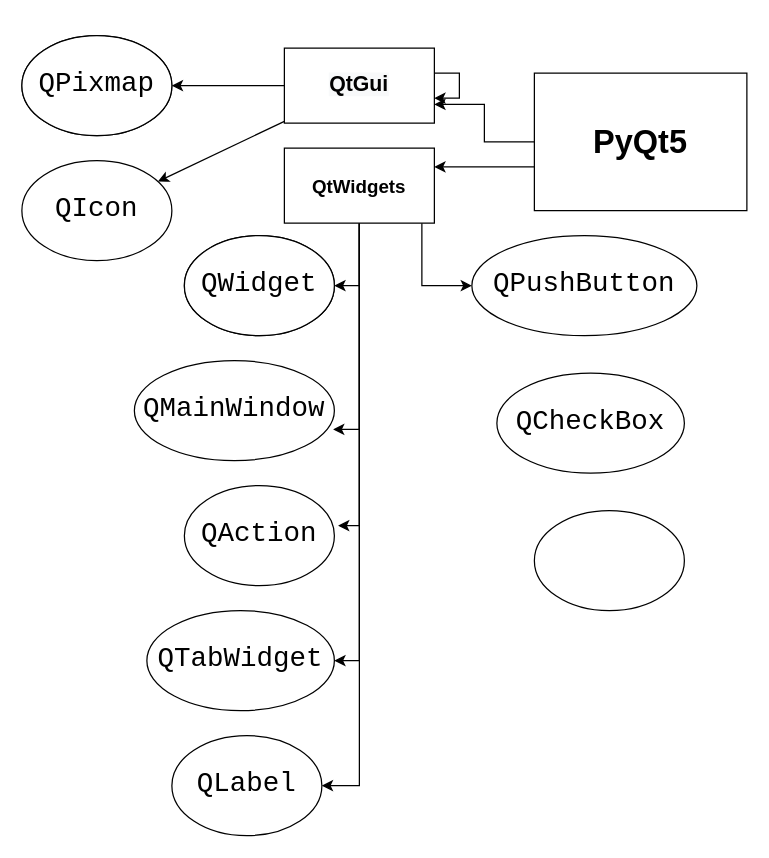
Sheriff99yt/Vision_Visual_Scripting keeps this draw.io diagram as page "Page-2" (2 of 3) of flow_charts/Flowchart MenuBar.drawio. Above is the earlier version. Source tidied: cells renumbered, new cells numbered last; positions are measured from the earlier drawing's top-left corner, leaving out a move shared by most shapes. Both pictures are drawn from the tidied source at 125%, with x=0, y=0 at pixel (21, 35).
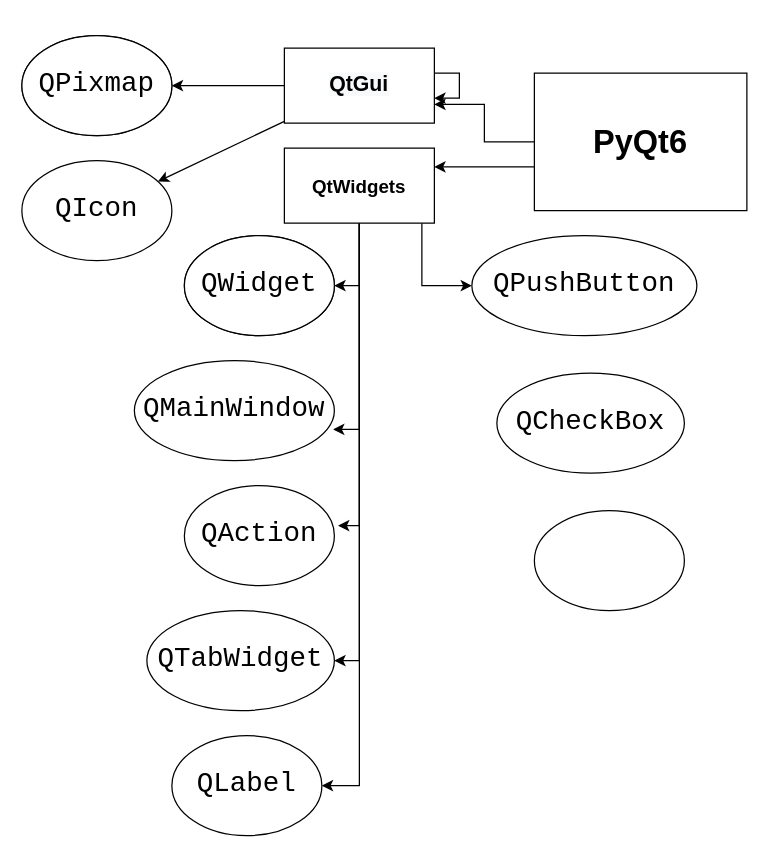
Above is the later version.

Change to the diagram source:
```diff
@@
-    <mxCell id="4" value="PyQt5" style="rounded=0;whiteSpace=wrap;html=1;fontStyle=1;fontSize=26;" parent="1" vertex="1">
+    <mxCell id="4" value="PyQt6" style="rounded=0;whiteSpace=wrap;html=1;fontStyle=1;fontSize=26;" parent="1" vertex="1">
       <mxGeometry x="410" y="30" width="170" height="110" as="geometry" />
     </mxCell>
```
